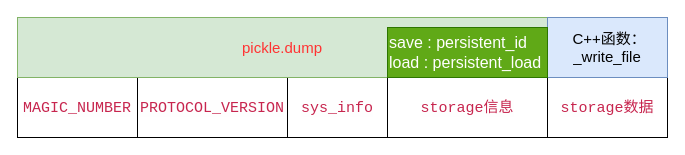
This is Untitled Diagram.drawio from hbwx24/draw.io, a draw.io file, before an edit. Source tidied: cells renumbered, new cells numbered last; positions are measured from the earlier drawing's top-left corner, leaving out a move shared by most shapes. Both pictures are drawn from the tidied source at 100%, with x=0, y=0 at pixel (17, 17).
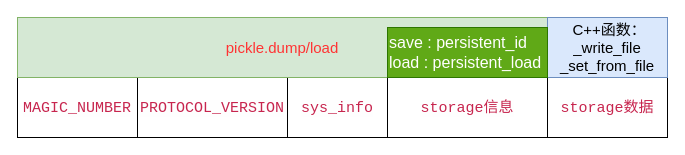
The same diagram, later.

Diff of the diagram source:
```diff
@@
 <mxGraphModel>
   <root>
     <mxCell id="0" />
     <mxCell id="1" parent="0" />
     <mxCell id="2" value="&lt;span style=&quot;color: rgb(199, 37, 78); font-family: &amp;quot;source code pro&amp;quot;, monospace; font-size: 15px; text-align: left; background-color: rgb(254, 254, 254);&quot;&gt;MAGIC_NUMBER&lt;/span&gt;" style="rounded=0;whiteSpace=wrap;html=1;fontSize=15;" parent="1" vertex="1">
       <mxGeometry y="60" width="120" height="60" as="geometry" />
     </mxCell>
     <mxCell id="3" value="&lt;span style=&quot;color: rgb(199, 37, 78); font-family: &amp;quot;source code pro&amp;quot;, monospace; font-size: 15px; text-align: left; background-color: rgb(254, 254, 254);&quot;&gt;PROTOCOL_VERSION&lt;/span&gt;" style="rounded=0;whiteSpace=wrap;html=1;fontSize=15;" parent="1" vertex="1">
       <mxGeometry x="120" y="60" width="150" height="60" as="geometry" />
     </mxCell>
     <mxCell id="4" style="edgeStyle=orthogonalEdgeStyle;rounded=0;jettySize=auto;html=1;" parent="1" edge="1" source="6" target="11">
       <mxGeometry relative="1" as="geometry" />
     </mxCell>
     <mxCell id="5" style="edgeStyle=orthogonalEdgeStyle;rounded=0;jettySize=auto;html=1;fontSize=15;" parent="1" edge="1" source="6" target="9">
       <mxGeometry relative="1" as="geometry" />
     </mxCell>
     <mxCell id="6" value="&lt;span style=&quot;color: rgb(199, 37, 78); font-family: &amp;quot;source code pro&amp;quot;, monospace; font-size: 15px; text-align: left; background-color: rgb(254, 254, 254);&quot;&gt;sys_info&lt;/span&gt;" style="rounded=0;whiteSpace=wrap;html=1;fontSize=15;" parent="1" vertex="1">
       <mxGeometry x="270" y="60" width="100" height="60" as="geometry" />
     </mxCell>
     <mxCell id="7" value="&lt;span style=&quot;color: rgb(199, 37, 78); font-family: &amp;quot;source code pro&amp;quot;, monospace; text-align: left; background-color: rgb(254, 254, 254); font-size: 15px;&quot;&gt;&lt;font style=&quot;font-size: 15px;&quot;&gt;storage信息&lt;/font&gt;&lt;/span&gt;" style="rounded=0;whiteSpace=wrap;html=1;fontSize=15;" parent="1" vertex="1">
       <mxGeometry x="370" y="60" width="160" height="60" as="geometry" />
     </mxCell>
     <mxCell id="8" value="&lt;span style=&quot;color: rgb(199, 37, 78); font-family: &amp;quot;source code pro&amp;quot;, monospace; font-size: 15px; text-align: left; background-color: rgb(254, 254, 254);&quot;&gt;storage数据&lt;/span&gt;" style="rounded=0;whiteSpace=wrap;html=1;fontSize=15;" parent="1" vertex="1">
       <mxGeometry x="530" y="60" width="120" height="60" as="geometry" />
     </mxCell>
-    <mxCell id="9" value="&lt;font color=&quot;#ff3333&quot;&gt;pickle.dump&lt;/font&gt;" style="rounded=0;whiteSpace=wrap;html=1;fillColor=#d5e8d4;strokeColor=#82b366;fontSize=15;" parent="1" vertex="1">
+    <mxCell id="9" value="&lt;font color=&quot;#ff3333&quot;&gt;pickle.dump/load&lt;/font&gt;" style="rounded=0;whiteSpace=wrap;html=1;fillColor=#d5e8d4;strokeColor=#82b366;fontSize=15;" parent="1" vertex="1">
       <mxGeometry width="530" height="60" as="geometry" />
     </mxCell>
-    <mxCell id="10" value="&amp;nbsp;C++函数：&lt;br&gt;_write_file" style="rounded=0;whiteSpace=wrap;html=1;fillColor=#dae8fc;strokeColor=#6c8ebf;fontSize=15;align=center;" parent="1" vertex="1">
+    <mxCell id="10" value="&amp;nbsp;C++函数：&lt;br&gt;_write_file&lt;br&gt;_set_from_file" style="rounded=0;whiteSpace=wrap;html=1;fillColor=#dae8fc;strokeColor=#6c8ebf;fontSize=15;align=center;" parent="1" vertex="1">
       <mxGeometry x="530" width="120" height="60" as="geometry" />
     </mxCell>
     <mxCell id="11" value="&lt;font style=&quot;font-size: 16px&quot;&gt;save : persistent_id&lt;br&gt;load : persistent_load&lt;/font&gt;" style="rounded=0;whiteSpace=wrap;html=1;fillColor=#60a917;strokeColor=#2D7600;fontColor=#ffffff;align=left;" parent="1" vertex="1">
       <mxGeometry x="370" y="10" width="160" height="50" as="geometry" />
     </mxCell>
   </root>
 </mxGraphModel>
```
